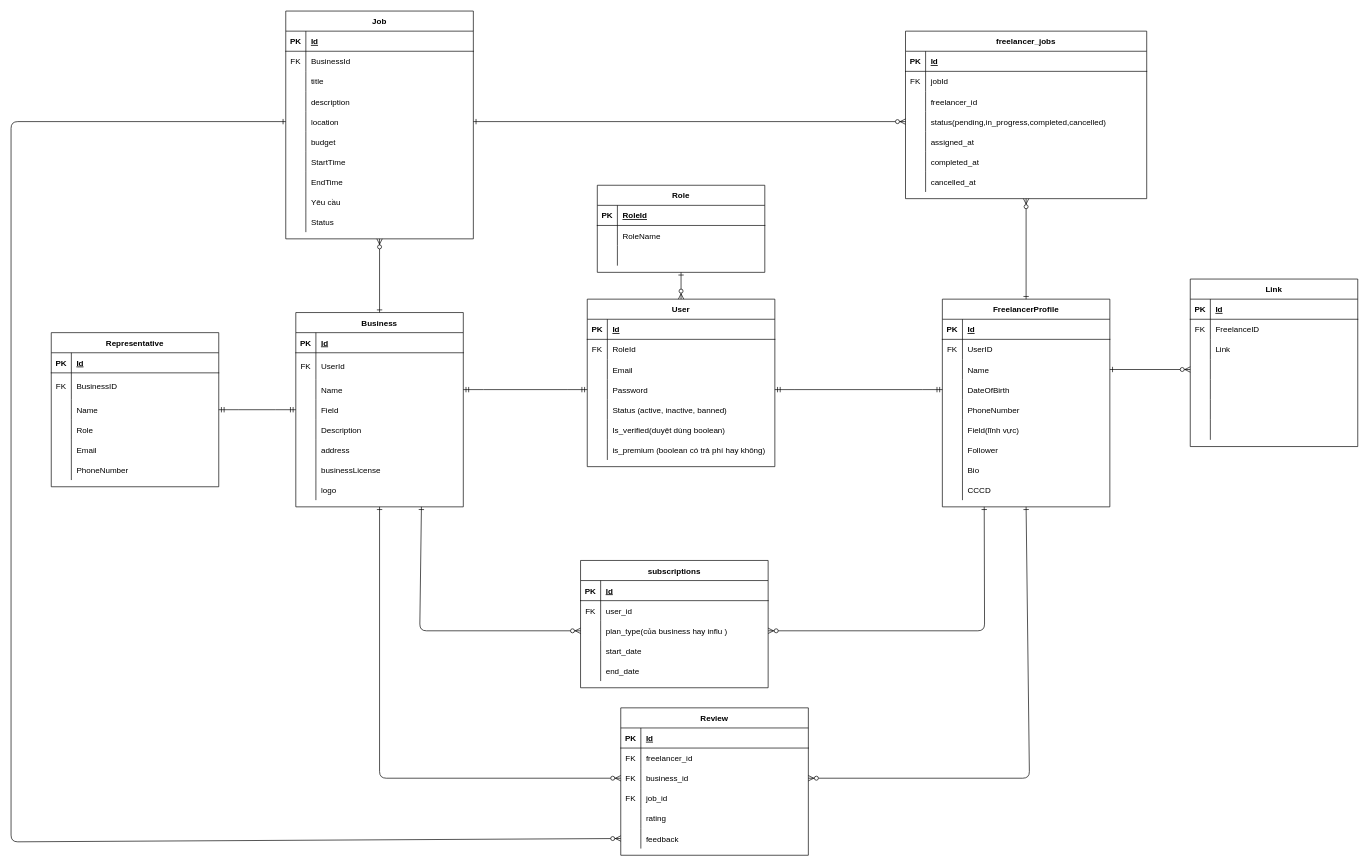
Before: Biểu đồ không có tiêu đề.drawio in carrotnie/exe2, a draw.io diagram. Source tidied: cells renumbered, new cells numbered last; positions are measured from the earlier drawing's top-left corner, leaving out a move shared by most shapes. Both pictures are drawn from the tidied source at 67%, with x=0, y=0 at pixel (11, 11).
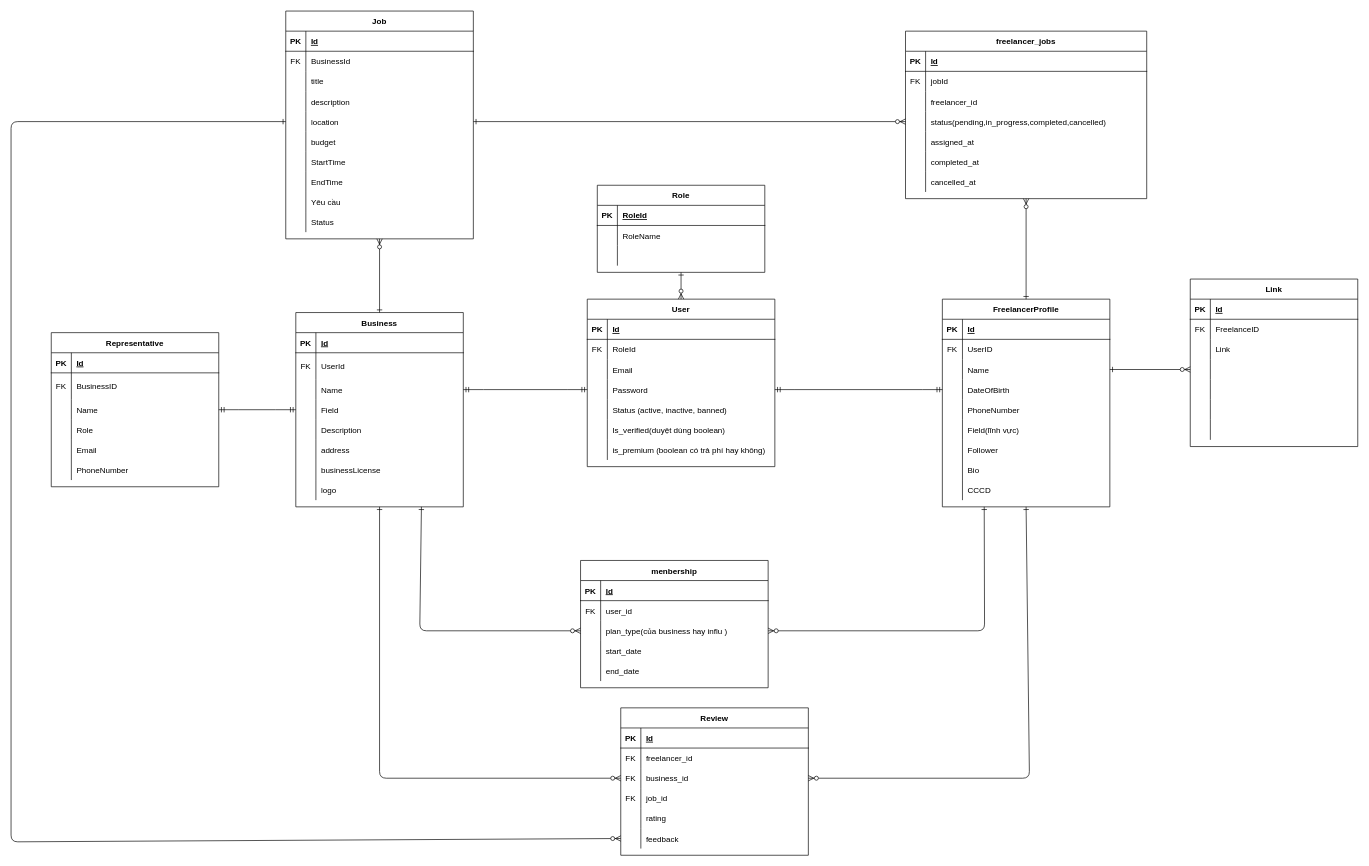
The same diagram, later.

Commit message:
Cập nhật Biểu đồ không có tiêu đề.drawio

Change to the diagram source:
```diff
@@
-    <mxCell id="140" value="subscriptions" style="shape=table;startSize=30;childLayout=tableLayout;rowLines=0;fontStyle=1;align=center;" parent="1" vertex="1">
+    <mxCell id="140" value="menbership" style="shape=table;startSize=30;childLayout=tableLayout;rowLines=0;fontStyle=1;align=center;" parent="1" vertex="1">
       <mxGeometry x="850" y="820" width="280" height="190" as="geometry" />
     </mxCell>
```
